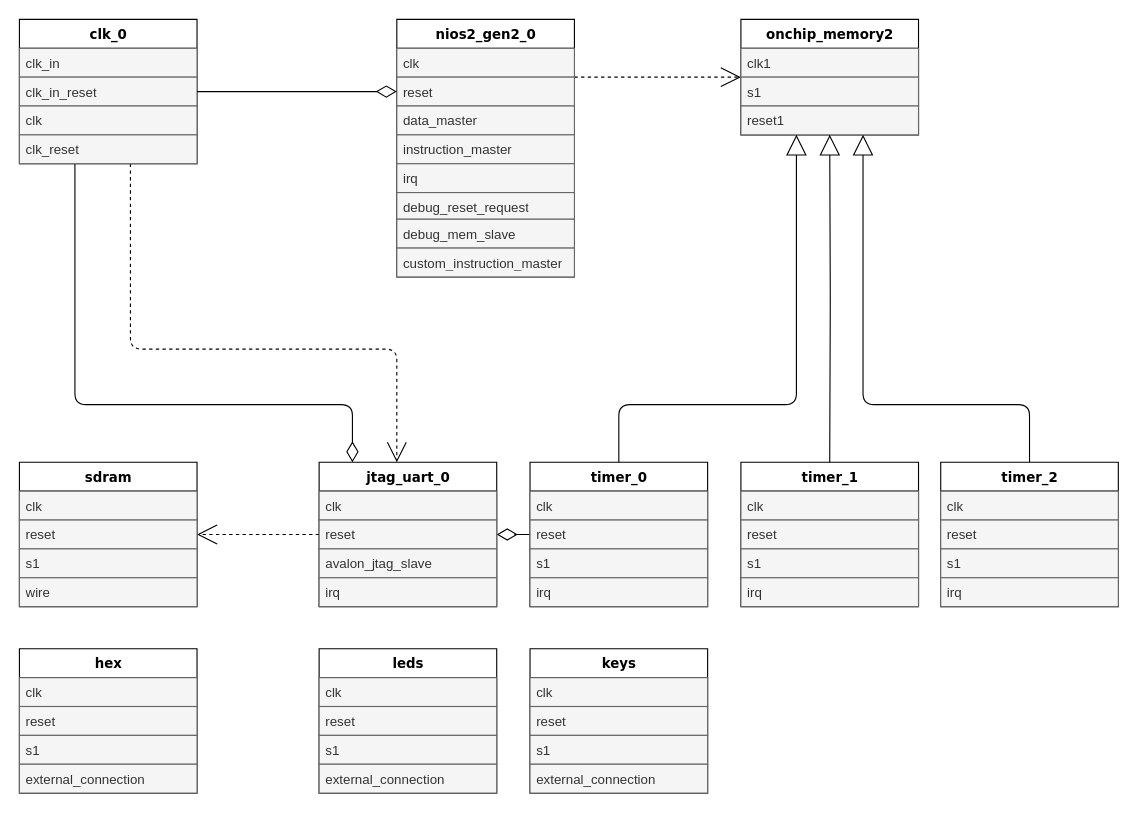
This is FPGA.drawio from KasymovD/FPGA, a draw.io file, before an edit. Source tidied: cells renumbered, new cells numbered last; positions are measured from the earlier drawing's top-left corner, leaving out a move shared by most shapes. Both pictures are drawn from the tidied source at 111%, with x=0, y=0 at pixel (19, 19).
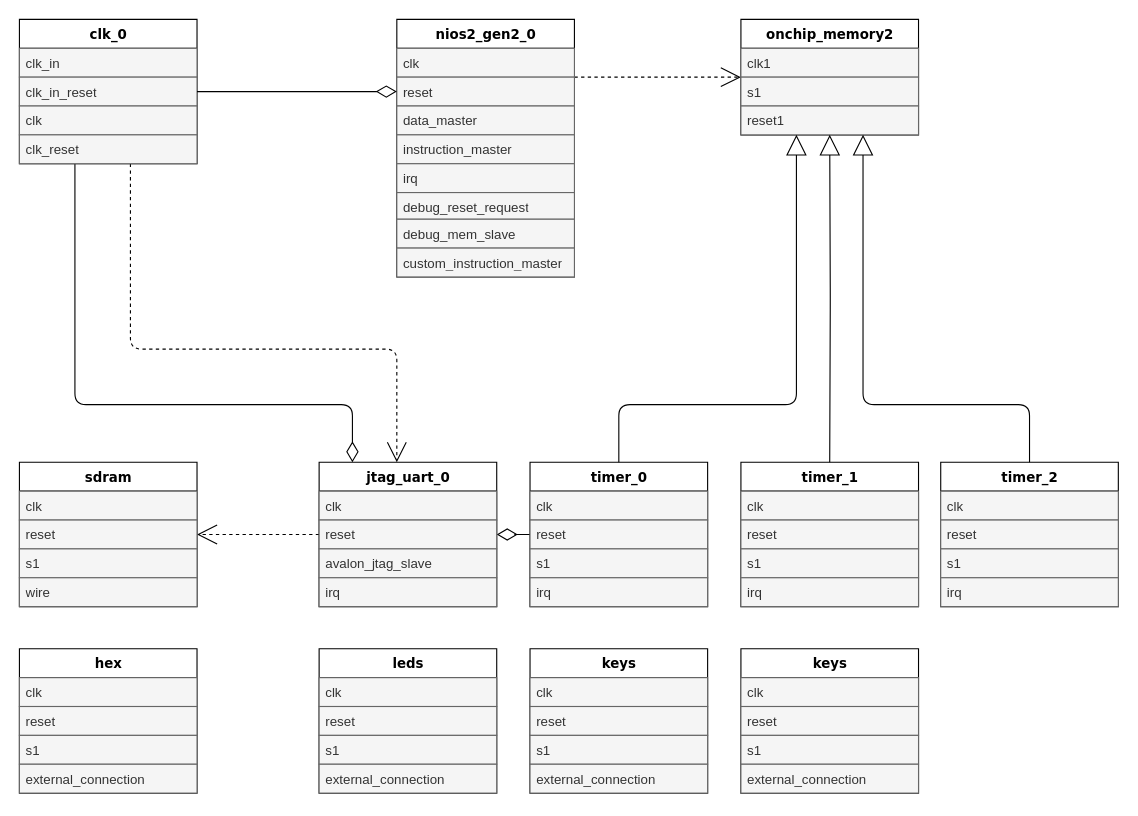
Above is the later version.

The edit, as a diff of the source:
```diff
@@
+    <mxCell id="69" value="keys" style="swimlane;html=1;fontStyle=1;align=center;verticalAlign=top;horizontal=1;startSize=26;swimlaneFillColor=#ffffff;rounded=0;shadow=0;comic=0;labelBackgroundColor=none;strokeWidth=1;fillColor=none;fontFamily=Verdana;fontSize=12;" parent="1" vertex="1">
+      <mxGeometry x="650" y="567" width="160" height="130" as="geometry" />
+    </mxCell>
+    <mxCell id="70" value="clk" style="text;html=1;strokeColor=#666666;fillColor=#f5f5f5;align=left;verticalAlign=top;spacingLeft=4;spacingRight=4;whiteSpace=wrap;overflow=hidden;fontColor=#333333;" parent="69" vertex="1">
+      <mxGeometry y="26" width="160" height="26" as="geometry" />
+    </mxCell>
+    <mxCell id="71" value="reset" style="text;html=1;strokeColor=#666666;fillColor=#f5f5f5;align=left;verticalAlign=top;spacingLeft=4;spacingRight=4;whiteSpace=wrap;overflow=hidden;fontColor=#333333;" parent="69" vertex="1">
+      <mxGeometry y="52" width="160" height="26" as="geometry" />
+    </mxCell>
+    <mxCell id="72" value="s1" style="text;html=1;strokeColor=#666666;fillColor=#f5f5f5;align=left;verticalAlign=top;spacingLeft=4;spacingRight=4;whiteSpace=wrap;overflow=hidden;fontColor=#333333;" parent="69" vertex="1">
+      <mxGeometry y="78" width="160" height="26" as="geometry" />
+    </mxCell>
+    <mxCell id="73" value="external_connection" style="text;html=1;strokeColor=#666666;fillColor=#f5f5f5;align=left;verticalAlign=top;spacingLeft=4;spacingRight=4;whiteSpace=wrap;overflow=hidden;fontColor=#333333;" parent="69" vertex="1">
+      <mxGeometry y="104" width="160" height="26" as="geometry" />
+    </mxCell>
```
